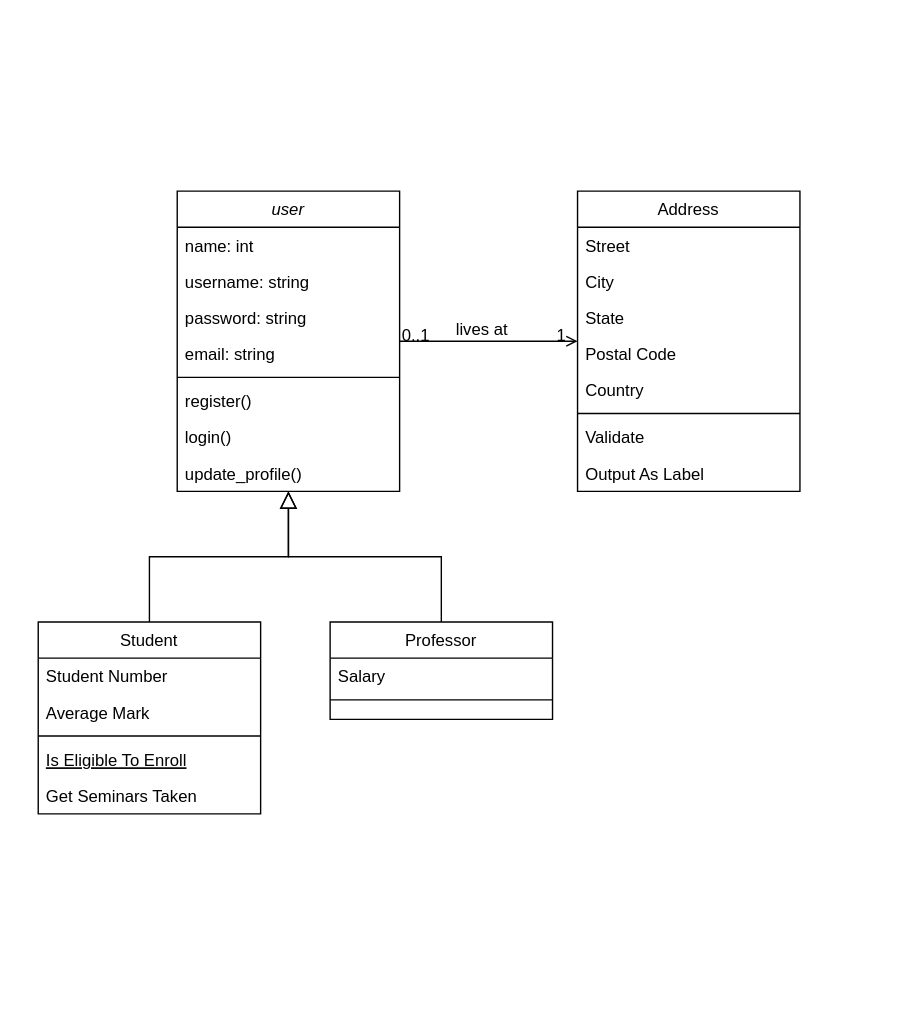
Earlier version of the draw.io diagram Untitled Diagram.drawio (grythman/W.A.I.D.S). Source tidied: cells renumbered, new cells numbered last; positions are measured from the earlier drawing's top-left corner, leaving out a move shared by most shapes. Both pictures are drawn from the tidied source at 139%, with x=0, y=0 at pixel (38, 190).
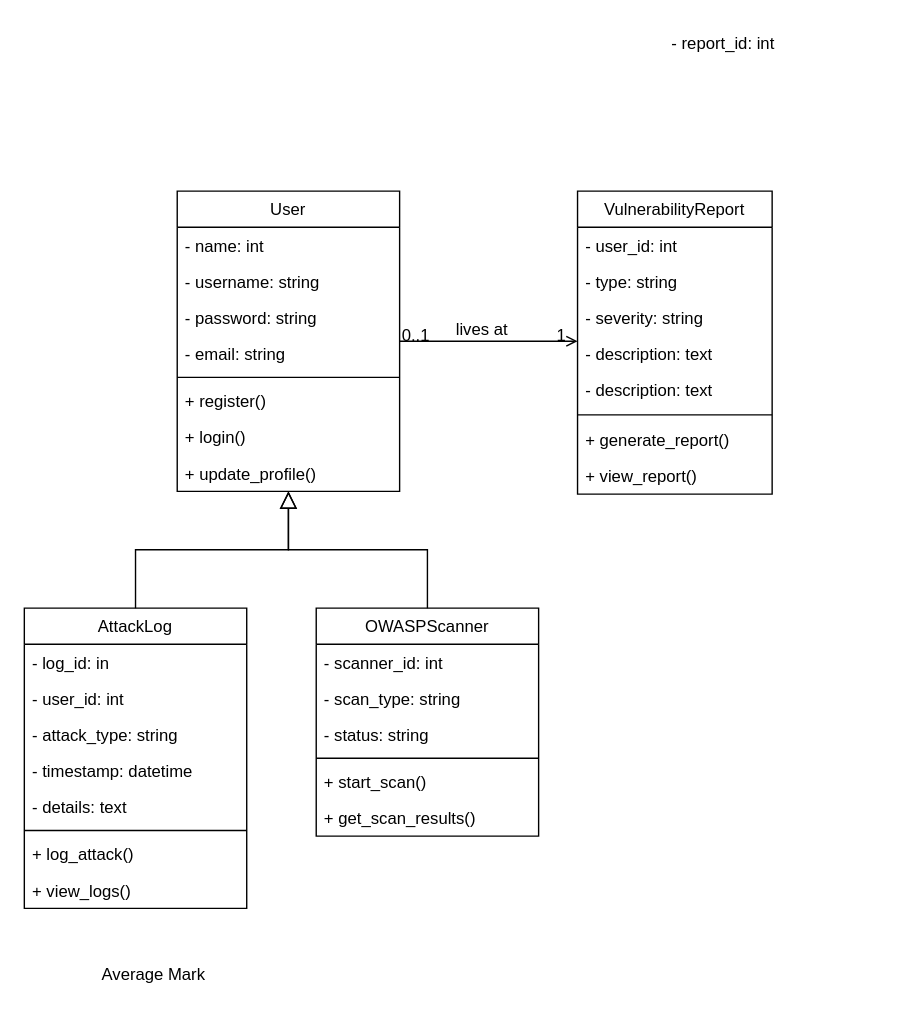
Above is the later version.

Change to the diagram source:
```diff
@@
-    <mxCell id="2" value="user" style="swimlane;fontStyle=2;align=center;verticalAlign=top;horizontal=1;startSize=26;rounded=0;shadow=0;strokeWidth=1;" parent="1" vertex="1">
+    <mxCell id="2" value="User" style="swimlane;fontStyle=0;align=center;verticalAlign=top;horizontal=1;startSize=26;rounded=0;shadow=0;strokeWidth=1;" parent="1" vertex="1">
       <mxGeometry x="100" width="160" height="216" as="geometry" />
     </mxCell>
-    <mxCell id="3" value="name: int" style="text;align=left;verticalAlign=top;spacingLeft=4;spacingRight=4;overflow=hidden;" parent="2" vertex="1">
+    <mxCell id="3" value="- name: int" style="text;align=left;verticalAlign=top;spacingLeft=4;spacingRight=4;overflow=hidden;" parent="2" vertex="1">
       <mxGeometry y="26" width="160" height="26" as="geometry" />
     </mxCell>
-    <mxCell id="4" value="username: string" style="text;align=left;verticalAlign=top;spacingLeft=4;spacingRight=4;overflow=hidden;rounded=0;shadow=0;html=0;" parent="2" vertex="1">
+    <mxCell id="4" value="- username: string" style="text;align=left;verticalAlign=top;spacingLeft=4;spacingRight=4;overflow=hidden;rounded=0;shadow=0;html=0;" parent="2" vertex="1">
       <mxGeometry y="52" width="160" height="26" as="geometry" />
     </mxCell>
-    <mxCell id="5" value="password: string" style="text;align=left;verticalAlign=top;spacingLeft=4;spacingRight=4;overflow=hidden;rounded=0;shadow=0;html=0;" parent="2" vertex="1">
+    <mxCell id="5" value="- password: string" style="text;align=left;verticalAlign=top;spacingLeft=4;spacingRight=4;overflow=hidden;rounded=0;shadow=0;html=0;" parent="2" vertex="1">
       <mxGeometry y="78" width="160" height="26" as="geometry" />
     </mxCell>
-    <mxCell id="6" value="email: string" style="text;align=left;verticalAlign=top;spacingLeft=4;spacingRight=4;overflow=hidden;rounded=0;shadow=0;html=0;" parent="2" vertex="1">
+    <mxCell id="6" value="- email: string" style="text;align=left;verticalAlign=top;spacingLeft=4;spacingRight=4;overflow=hidden;rounded=0;shadow=0;html=0;" parent="2" vertex="1">
       <mxGeometry y="104" width="160" height="26" as="geometry" />
     </mxCell>
@@
-    <mxCell id="8" value="register()" style="text;align=left;verticalAlign=top;spacingLeft=4;spacingRight=4;overflow=hidden;rounded=0;shadow=0;html=0;" parent="2" vertex="1">
+    <mxCell id="8" value="+ register()" style="text;align=left;verticalAlign=top;spacingLeft=4;spacingRight=4;overflow=hidden;rounded=0;shadow=0;html=0;" parent="2" vertex="1">
       <mxGeometry y="138" width="160" height="26" as="geometry" />
     </mxCell>
-    <mxCell id="9" value="login()" style="text;align=left;verticalAlign=top;spacingLeft=4;spacingRight=4;overflow=hidden;rounded=0;shadow=0;html=0;" parent="2" vertex="1">
+    <mxCell id="9" value="+ login()" style="text;align=left;verticalAlign=top;spacingLeft=4;spacingRight=4;overflow=hidden;rounded=0;shadow=0;html=0;" parent="2" vertex="1">
       <mxGeometry y="164" width="160" height="26" as="geometry" />
     </mxCell>
-    <mxCell id="10" value="update_profile()" style="text;align=left;verticalAlign=top;spacingLeft=4;spacingRight=4;overflow=hidden;rounded=0;shadow=0;html=0;" parent="2" vertex="1">
+    <mxCell id="10" value="+ update_profile()" style="text;align=left;verticalAlign=top;spacingLeft=4;spacingRight=4;overflow=hidden;rounded=0;shadow=0;html=0;" parent="2" vertex="1">
       <mxGeometry y="190" width="160" height="26" as="geometry" />
     </mxCell>
-    <mxCell id="11" value="Student" style="swimlane;fontStyle=0;align=center;verticalAlign=top;horizontal=1;startSize=26;rounded=0;shadow=0;strokeWidth=1;" parent="1" vertex="1">
-      <mxGeometry y="310" width="160" height="138" as="geometry" />
+    <mxCell id="11" value="AttackLog" style="swimlane;fontStyle=0;align=center;verticalAlign=top;horizontal=1;startSize=26;rounded=0;shadow=0;strokeWidth=1;" parent="1" vertex="1">
+      <mxGeometry x="-10" y="300" width="160" height="216" as="geometry" />
     </mxCell>
-    <mxCell id="12" value="Student Number" style="text;align=left;verticalAlign=top;spacingLeft=4;spacingRight=4;overflow=hidden;" parent="11" vertex="1">
+    <mxCell id="12" value="- log_id: in" style="text;align=left;verticalAlign=top;spacingLeft=4;spacingRight=4;overflow=hidden;" parent="11" vertex="1">
       <mxGeometry y="26" width="160" height="26" as="geometry" />
     </mxCell>
-    <mxCell id="13" value="Average Mark" style="text;align=left;verticalAlign=top;spacingLeft=4;spacingRight=4;overflow=hidden;rounded=0;shadow=0;html=0;" parent="11" vertex="1">
+    <mxCell id="13" value="- user_id: int" style="text;align=left;verticalAlign=top;spacingLeft=4;spacingRight=4;overflow=hidden;rounded=0;shadow=0;html=0;" parent="11" vertex="1">
       <mxGeometry y="52" width="160" height="26" as="geometry" />
     </mxCell>
-    <mxCell id="14" style="line;html=1;strokeWidth=1;align=left;verticalAlign=middle;spacingTop=-1;spacingLeft=3;spacingRight=3;labelPosition=right;" parent="11" vertex="1">
-      <mxGeometry y="78" width="160" height="8" as="geometry" />
-    </mxCell>
-    <mxCell id="15" value="Is Eligible To Enroll" style="text;align=left;verticalAlign=top;spacingLeft=4;spacingRight=4;overflow=hidden;fontStyle=4;" parent="11" vertex="1">
-      <mxGeometry y="86" width="160" height="26" as="geometry" />
+    <mxCell id="15" value="- attack_type: string" style="text;align=left;verticalAlign=top;spacingLeft=4;spacingRight=4;overflow=hidden;fontStyle=0;" parent="11" vertex="1">
+      <mxGeometry y="78" width="160" height="26" as="geometry" />
     </mxCell>
-    <mxCell id="16" value="Get Seminars Taken" style="text;align=left;verticalAlign=top;spacingLeft=4;spacingRight=4;overflow=hidden;" parent="11" vertex="1">
-      <mxGeometry y="112" width="160" height="26" as="geometry" />
+    <mxCell id="16" value="- timestamp: datetime" style="text;align=left;verticalAlign=top;spacingLeft=4;spacingRight=4;overflow=hidden;" parent="11" vertex="1">
+      <mxGeometry y="104" width="160" height="26" as="geometry" />
     </mxCell>
+    <mxCell id="35" value=" - details: text " style="text;align=left;verticalAlign=top;spacingLeft=4;spacingRight=4;overflow=hidden;rounded=0;shadow=0;html=0;" parent="11" vertex="1">
+      <mxGeometry y="130" width="160" height="26" as="geometry" />
+    </mxCell>
+    <mxCell id="14" style="line;html=1;strokeWidth=1;align=left;verticalAlign=middle;spacingTop=-1;spacingLeft=3;spacingRight=3;labelPosition=right;" parent="11" vertex="1">
+      <mxGeometry y="156" width="160" height="8" as="geometry" />
+    </mxCell>
+    <mxCell id="36" value="+ log_attack()" style="text;align=left;verticalAlign=top;spacingLeft=4;spacingRight=4;overflow=hidden;rounded=0;shadow=0;html=0;" parent="11" vertex="1">
+      <mxGeometry y="164" width="160" height="26" as="geometry" />
+    </mxCell>
+    <mxCell id="37" value="+ view_logs()" style="text;align=left;verticalAlign=top;spacingLeft=4;spacingRight=4;overflow=hidden;rounded=0;shadow=0;html=0;" parent="11" vertex="1">
+      <mxGeometry y="190" width="160" height="26" as="geometry" />
+    </mxCell>
@@
-    <mxCell id="18" value="Professor" style="swimlane;fontStyle=0;align=center;verticalAlign=top;horizontal=1;startSize=26;rounded=0;shadow=0;strokeWidth=1;" parent="1" vertex="1">
-      <mxGeometry x="210" y="310" width="160" height="70" as="geometry" />
+    <mxCell id="18" value="OWASPScanner" style="swimlane;fontStyle=0;align=center;verticalAlign=top;horizontal=1;startSize=26;rounded=0;shadow=0;strokeWidth=1;" parent="1" vertex="1">
+      <mxGeometry x="200" y="300" width="160" height="164" as="geometry" />
     </mxCell>
+    <mxCell id="38" value="- scanner_id: int" style="text;align=left;verticalAlign=top;spacingLeft=4;spacingRight=4;overflow=hidden;" parent="18" vertex="1">
+      <mxGeometry y="26" width="160" height="26" as="geometry" />
+    </mxCell>
-    <mxCell id="19" value="Salary" style="text;align=left;verticalAlign=top;spacingLeft=4;spacingRight=4;overflow=hidden;" parent="18" vertex="1">
-      <mxGeometry y="26" width="160" height="26" as="geometry" />
+    <mxCell id="19" value="- scan_type: string" style="text;align=left;verticalAlign=top;spacingLeft=4;spacingRight=4;overflow=hidden;" parent="18" vertex="1">
+      <mxGeometry y="52" width="160" height="26" as="geometry" />
     </mxCell>
+    <mxCell id="39" value="- status: string" style="text;align=left;verticalAlign=top;spacingLeft=4;spacingRight=4;overflow=hidden;" parent="18" vertex="1">
+      <mxGeometry y="78" width="160" height="26" as="geometry" />
+    </mxCell>
     <mxCell id="20" style="line;html=1;strokeWidth=1;align=left;verticalAlign=middle;spacingTop=-1;spacingLeft=3;spacingRight=3;labelPosition=right;" parent="18" vertex="1">
-      <mxGeometry y="52" width="160" height="8" as="geometry" />
+      <mxGeometry y="104" width="160" height="8" as="geometry" />
     </mxCell>
+    <mxCell id="40" value="+ start_scan()" style="text;align=left;verticalAlign=top;spacingLeft=4;spacingRight=4;overflow=hidden;" parent="18" vertex="1">
+      <mxGeometry y="112" width="160" height="26" as="geometry" />
+    </mxCell>
+    <mxCell id="41" value="+ get_scan_results()" style="text;align=left;verticalAlign=top;spacingLeft=4;spacingRight=4;overflow=hidden;" parent="18" vertex="1">
+      <mxGeometry y="138" width="160" height="26" as="geometry" />
+    </mxCell>
@@
-    <mxCell id="22" value="Address" style="swimlane;fontStyle=0;align=center;verticalAlign=top;horizontal=1;startSize=26;rounded=0;shadow=0;strokeWidth=1;" parent="1" vertex="1">
-      <mxGeometry x="388" width="160" height="216" as="geometry" />
+    <mxCell id="22" value="VulnerabilityReport " style="swimlane;fontStyle=0;align=center;verticalAlign=top;horizontal=1;startSize=26;rounded=0;shadow=0;strokeWidth=1;" parent="1" vertex="1">
+      <mxGeometry x="388" width="140" height="218" as="geometry" />
     </mxCell>
-    <mxCell id="23" value="Street" style="text;align=left;verticalAlign=top;spacingLeft=4;spacingRight=4;overflow=hidden;" parent="22" vertex="1">
-      <mxGeometry y="26" width="160" height="26" as="geometry" />
-    </mxCell>
-    <mxCell id="24" value="City" style="text;align=left;verticalAlign=top;spacingLeft=4;spacingRight=4;overflow=hidden;rounded=0;shadow=0;html=0;" parent="22" vertex="1">
-      <mxGeometry y="52" width="160" height="26" as="geometry" />
+    <mxCell id="24" value="- user_id: int" style="text;align=left;verticalAlign=top;spacingLeft=4;spacingRight=4;overflow=hidden;rounded=0;shadow=0;html=0;" parent="22" vertex="1">
+      <mxGeometry y="26" width="140" height="26" as="geometry" />
     </mxCell>
-    <mxCell id="25" value="State" style="text;align=left;verticalAlign=top;spacingLeft=4;spacingRight=4;overflow=hidden;rounded=0;shadow=0;html=0;" parent="22" vertex="1">
-      <mxGeometry y="78" width="160" height="26" as="geometry" />
+    <mxCell id="25" value="- type: string" style="text;align=left;verticalAlign=top;spacingLeft=4;spacingRight=4;overflow=hidden;rounded=0;shadow=0;html=0;" parent="22" vertex="1">
+      <mxGeometry y="52" width="140" height="26" as="geometry" />
     </mxCell>
-    <mxCell id="26" value="Postal Code" style="text;align=left;verticalAlign=top;spacingLeft=4;spacingRight=4;overflow=hidden;rounded=0;shadow=0;html=0;" parent="22" vertex="1">
-      <mxGeometry y="104" width="160" height="26" as="geometry" />
+    <mxCell id="26" value="- severity: string" style="text;align=left;verticalAlign=top;spacingLeft=4;spacingRight=4;overflow=hidden;rounded=0;shadow=0;html=0;" parent="22" vertex="1">
+      <mxGeometry y="78" width="140" height="26" as="geometry" />
     </mxCell>
-    <mxCell id="27" value="Country" style="text;align=left;verticalAlign=top;spacingLeft=4;spacingRight=4;overflow=hidden;rounded=0;shadow=0;html=0;" parent="22" vertex="1">
-      <mxGeometry y="130" width="160" height="26" as="geometry" />
+    <mxCell id="27" value="- description: text" style="text;align=left;verticalAlign=top;spacingLeft=4;spacingRight=4;overflow=hidden;rounded=0;shadow=0;html=0;" parent="22" vertex="1">
+      <mxGeometry y="104" width="140" height="26" as="geometry" />
     </mxCell>
+    <mxCell id="42" value="- description: text" style="text;align=left;verticalAlign=top;spacingLeft=4;spacingRight=4;overflow=hidden;rounded=0;shadow=0;html=0;" parent="22" vertex="1">
+      <mxGeometry y="130" width="140" height="26" as="geometry" />
+    </mxCell>
     <mxCell id="28" style="line;html=1;strokeWidth=1;align=left;verticalAlign=middle;spacingTop=-1;spacingLeft=3;spacingRight=3;labelPosition=right;" parent="22" vertex="1">
-      <mxGeometry y="156" width="160" height="8" as="geometry" />
+      <mxGeometry y="156" width="140" height="10" as="geometry" />
     </mxCell>
-    <mxCell id="29" value="Validate" style="text;align=left;verticalAlign=top;spacingLeft=4;spacingRight=4;overflow=hidden;" parent="22" vertex="1">
-      <mxGeometry y="164" width="160" height="26" as="geometry" />
+    <mxCell id="29" value="+ generate_report()" style="text;align=left;verticalAlign=top;spacingLeft=4;spacingRight=4;overflow=hidden;" parent="22" vertex="1">
+      <mxGeometry y="166" width="140" height="26" as="geometry" />
     </mxCell>
-    <mxCell id="30" value="Output As Label" style="text;align=left;verticalAlign=top;spacingLeft=4;spacingRight=4;overflow=hidden;" parent="22" vertex="1">
-      <mxGeometry y="190" width="160" height="26" as="geometry" />
+    <mxCell id="30" value="+ view_report() " style="text;align=left;verticalAlign=top;spacingLeft=4;spacingRight=4;overflow=hidden;" parent="22" vertex="1">
+      <mxGeometry y="192" width="140" height="22" as="geometry" />
     </mxCell>
@@
+    <mxCell id="23" value="- report_id: int" style="text;align=left;verticalAlign=top;spacingLeft=4;spacingRight=4;overflow=hidden;" parent="1" vertex="1">
+      <mxGeometry x="450" y="-120" width="160" height="26" as="geometry" />
+    </mxCell>
+    <mxCell id="43" value="Average Mark" style="text;align=left;verticalAlign=top;spacingLeft=4;spacingRight=4;overflow=hidden;rounded=0;shadow=0;html=0;" parent="1" vertex="1">
+      <mxGeometry x="40" y="550" width="160" height="26" as="geometry" />
+    </mxCell>
```
